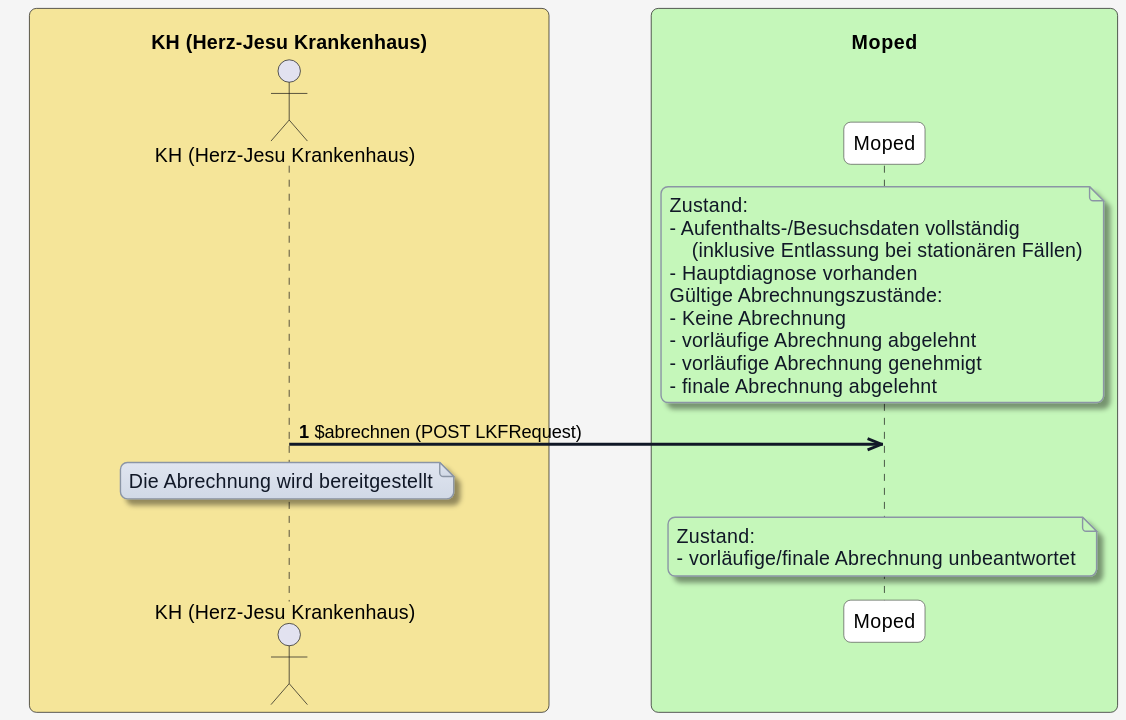
Earlier version of the PlantUML export input/images/plantuml/moped-fall-abrechnen/abrechnen-nach-aenderung.svg (HL7Austria/ELGA-MOPED-R5).
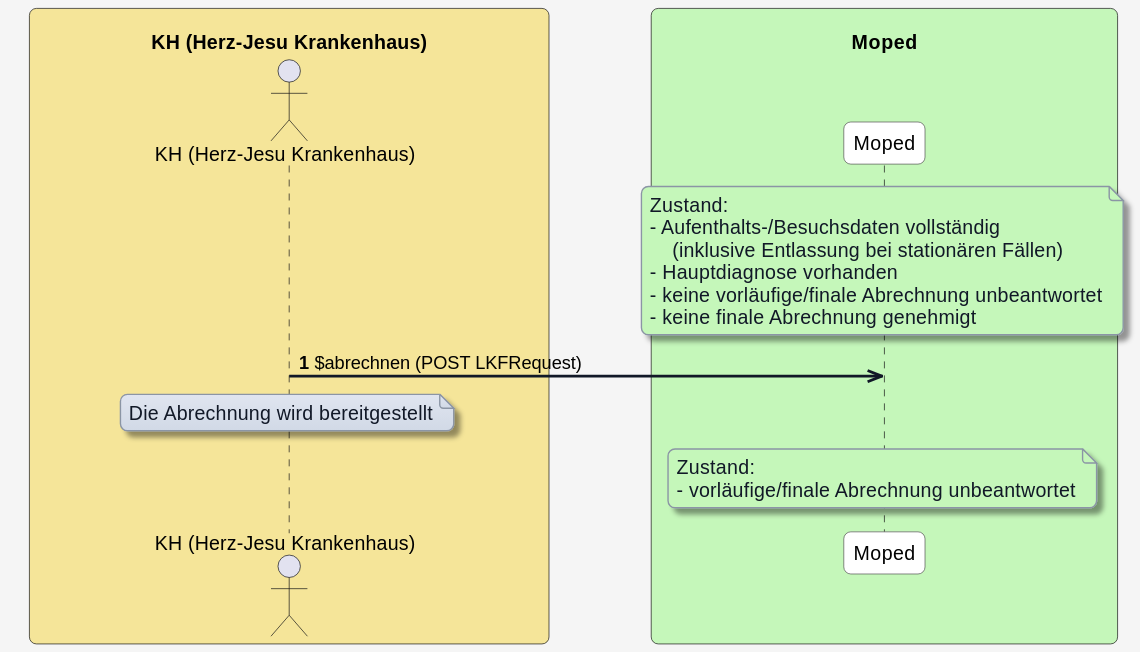
The same diagram one commit later.

The edit, as a diff of the source:
```diff
@@ -54,11 +54,8 @@
 - Aufenthalts-/Besuchsdaten vollständig
     (inklusive Entlassung bei stationären Fällen)
 - Hauptdiagnose vorhanden
-Gültige Abrechnungszustände:
-- Keine Abrechnung
-- vorläufige Abrechnung abgelehnt
-- vorläufige Abrechnung genehmigt
-- finale Abrechnung abgelehnt
+- keine vorläufige/finale Abrechnung unbeantwortet
+- keine finale Abrechnung genehmigt
 end note
 
 KH ->> MP: $abrechnen (POST LKFRequest)
```
